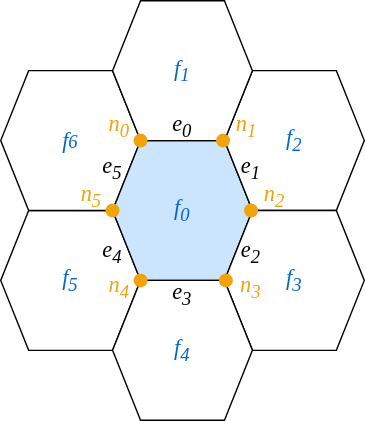
Above: docs/_static/mesh_diagram.svg in MintonGroup/cratermaker (draw.io), before the change. Source tidied: cells renumbered, new cells last; positions are measured from the earlier drawing's top-left corner, leaving out a move shared by most shapes.
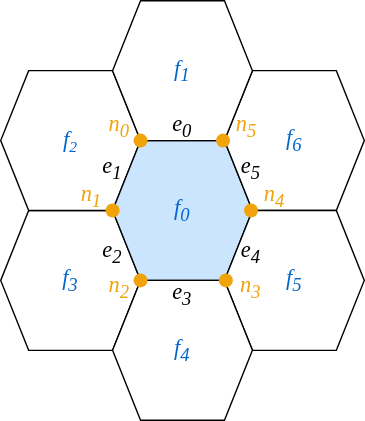
After the commit.

Commit message:
Added more diagrams for everything

Change to the diagram source:
```diff
@@ -2,19 +2,19 @@
   <root>
     <mxCell id="0" />
     <mxCell id="1" parent="0" />
-    <mxCell id="2" value="&lt;i style=&quot;color: rgb(0, 102, 204); font-family: &amp;quot;Lucida Console&amp;quot;; font-size: 16px;&quot;&gt;f&lt;sub&gt;5&lt;/sub&gt;&lt;/i&gt;" style="shape=hexagon;perimeter=hexagonPerimeter2;whiteSpace=wrap;html=1;fixedSize=1;" parent="1" vertex="1">
+    <mxCell id="2" value="&lt;i style=&quot;color: rgb(0, 102, 204); font-family: &amp;quot;Lucida Console&amp;quot;; font-size: 16px;&quot;&gt;f&lt;sub&gt;3&lt;/sub&gt;&lt;/i&gt;" style="shape=hexagon;perimeter=hexagonPerimeter2;whiteSpace=wrap;html=1;fixedSize=1;" parent="1" vertex="1">
       <mxGeometry y="150" width="100" height="100" as="geometry" />
     </mxCell>
-    <mxCell id="3" value="&lt;i style=&quot;color: rgb(0, 102, 204); font-family: &amp;quot;Lucida Console&amp;quot;; font-size: 16px;&quot;&gt;f&lt;/i&gt;&lt;i style=&quot;color: rgb(0, 102, 204); font-family: &amp;quot;Lucida Console&amp;quot;; font-size: 13.3333px;&quot;&gt;6&lt;/i&gt;" style="shape=hexagon;perimeter=hexagonPerimeter2;whiteSpace=wrap;html=1;fixedSize=1;" parent="1" vertex="1">
+    <mxCell id="3" value="&lt;i style=&quot;color: rgb(0, 102, 204); font-family: &amp;quot;Lucida Console&amp;quot;; font-size: 16px;&quot;&gt;f&lt;/i&gt;&lt;i style=&quot;color: rgb(0, 102, 204); font-family: &amp;quot;Lucida Console&amp;quot;; font-size: 13.3333px;&quot;&gt;&lt;sub&gt;2&lt;/sub&gt;&lt;/i&gt;" style="shape=hexagon;perimeter=hexagonPerimeter2;whiteSpace=wrap;html=1;fixedSize=1;" parent="1" vertex="1">
       <mxGeometry y="50" width="100" height="100" as="geometry" />
     </mxCell>
     <mxCell id="4" value="&lt;font face=&quot;Lucida Console&quot; style=&quot;color: rgb(0, 102, 204); font-size: 16px;&quot;&gt;&lt;i style=&quot;&quot;&gt;f&lt;sub style=&quot;&quot;&gt;0&lt;/sub&gt;&lt;/i&gt;&lt;/font&gt;" style="shape=hexagon;perimeter=hexagonPerimeter2;whiteSpace=wrap;html=1;fixedSize=1;fillColor=#CCE5FF;" parent="1" vertex="1">
       <mxGeometry x="80" y="100" width="100" height="100" as="geometry" />
     </mxCell>
-    <mxCell id="5" value="&lt;i style=&quot;color: rgb(0, 102, 204); font-family: &amp;quot;Lucida Console&amp;quot;; font-size: 16px;&quot;&gt;f&lt;sub&gt;2&lt;/sub&gt;&lt;/i&gt;" style="shape=hexagon;perimeter=hexagonPerimeter2;whiteSpace=wrap;html=1;fixedSize=1;" parent="1" vertex="1">
+    <mxCell id="5" value="&lt;i style=&quot;color: rgb(0, 102, 204); font-family: &amp;quot;Lucida Console&amp;quot;; font-size: 16px;&quot;&gt;f&lt;sub&gt;6&lt;/sub&gt;&lt;/i&gt;" style="shape=hexagon;perimeter=hexagonPerimeter2;whiteSpace=wrap;html=1;fixedSize=1;" parent="1" vertex="1">
       <mxGeometry x="160" y="50" width="100" height="100" as="geometry" />
     </mxCell>
-    <mxCell id="6" value="&lt;i style=&quot;color: rgb(0, 102, 204); font-family: &amp;quot;Lucida Console&amp;quot;; font-size: 16px;&quot;&gt;f&lt;sub&gt;3&lt;/sub&gt;&lt;/i&gt;" style="shape=hexagon;perimeter=hexagonPerimeter2;whiteSpace=wrap;html=1;fixedSize=1;" parent="1" vertex="1">
+    <mxCell id="6" value="&lt;i style=&quot;color: rgb(0, 102, 204); font-family: &amp;quot;Lucida Console&amp;quot;; font-size: 16px;&quot;&gt;f&lt;sub&gt;5&lt;/sub&gt;&lt;/i&gt;" style="shape=hexagon;perimeter=hexagonPerimeter2;whiteSpace=wrap;html=1;fixedSize=1;" parent="1" vertex="1">
       <mxGeometry x="160" y="150" width="100" height="100" as="geometry" />
     </mxCell>
     <mxCell id="7" value="&lt;i style=&quot;color: rgb(0, 102, 204); font-family: &amp;quot;Lucida Console&amp;quot;; font-size: 16px;&quot;&gt;f&lt;sub&gt;4&lt;/sub&gt;&lt;/i&gt;" style="shape=hexagon;perimeter=hexagonPerimeter2;whiteSpace=wrap;html=1;fixedSize=1;" parent="1" vertex="1">
@@ -44,37 +44,37 @@
     <mxCell id="15" value="&lt;i style=&quot;forced-color-adjust: none; font-family: &amp;quot;Lucida Console&amp;quot;; font-size: 16px; font-variant-ligatures: normal; font-variant-caps: normal; font-weight: 400; letter-spacing: normal; orphans: 2; text-indent: 0px; text-transform: none; widows: 2; word-spacing: 0px; -webkit-text-stroke-width: 0px; white-space: normal; text-decoration-thickness: initial; text-decoration-style: initial; text-decoration-color: initial;&quot;&gt;&lt;font style=&quot;color: rgb(240, 163, 10);&quot;&gt;n&lt;sub style=&quot;forced-color-adjust: none;&quot;&gt;0&lt;/sub&gt;&lt;/font&gt;&lt;/i&gt;" style="text;whiteSpace=wrap;html=1;align=center;verticalAlign=middle;" parent="1" vertex="1">
       <mxGeometry x="75" y="80" width="20" height="20" as="geometry" />
     </mxCell>
-    <mxCell id="16" value="&lt;i style=&quot;forced-color-adjust: none; font-family: &amp;quot;Lucida Console&amp;quot;; font-variant-ligatures: normal; font-variant-caps: normal; font-weight: 400; letter-spacing: normal; orphans: 2; text-indent: 0px; text-transform: none; widows: 2; word-spacing: 0px; -webkit-text-stroke-width: 0px; white-space: normal; text-decoration-thickness: initial; text-decoration-style: initial; text-decoration-color: initial; font-size: 16px;&quot;&gt;&lt;font style=&quot;color: rgb(240, 163, 10);&quot;&gt;n&lt;sub style=&quot;forced-color-adjust: none;&quot;&gt;1&lt;/sub&gt;&lt;/font&gt;&lt;/i&gt;" style="text;whiteSpace=wrap;html=1;align=center;verticalAlign=middle;" parent="1" vertex="1">
+    <mxCell id="16" value="&lt;i style=&quot;forced-color-adjust: none; font-family: &amp;quot;Lucida Console&amp;quot;; font-variant-ligatures: normal; font-variant-caps: normal; font-weight: 400; letter-spacing: normal; orphans: 2; text-indent: 0px; text-transform: none; widows: 2; word-spacing: 0px; -webkit-text-stroke-width: 0px; white-space: normal; text-decoration-thickness: initial; text-decoration-style: initial; text-decoration-color: initial; font-size: 16px;&quot;&gt;&lt;font style=&quot;color: rgb(240, 163, 10);&quot;&gt;n&lt;sub style=&quot;forced-color-adjust: none;&quot;&gt;5&lt;/sub&gt;&lt;/font&gt;&lt;/i&gt;" style="text;whiteSpace=wrap;html=1;align=center;verticalAlign=middle;" parent="1" vertex="1">
       <mxGeometry x="166" y="80" width="20" height="20" as="geometry" />
     </mxCell>
-    <mxCell id="17" value="&lt;i style=&quot;forced-color-adjust: none; font-family: &amp;quot;Lucida Console&amp;quot;; font-variant-ligatures: normal; font-variant-caps: normal; font-weight: 400; letter-spacing: normal; orphans: 2; text-indent: 0px; text-transform: none; widows: 2; word-spacing: 0px; -webkit-text-stroke-width: 0px; white-space: normal; text-decoration-thickness: initial; text-decoration-style: initial; text-decoration-color: initial; font-size: 16px;&quot;&gt;&lt;font style=&quot;color: rgb(240, 163, 10);&quot;&gt;n&lt;sub style=&quot;forced-color-adjust: none;&quot;&gt;2&lt;/sub&gt;&lt;/font&gt;&lt;/i&gt;" style="text;whiteSpace=wrap;html=1;align=center;verticalAlign=middle;" parent="1" vertex="1">
+    <mxCell id="17" value="&lt;i style=&quot;forced-color-adjust: none; font-family: &amp;quot;Lucida Console&amp;quot;; font-variant-ligatures: normal; font-variant-caps: normal; font-weight: 400; letter-spacing: normal; orphans: 2; text-indent: 0px; text-transform: none; widows: 2; word-spacing: 0px; -webkit-text-stroke-width: 0px; white-space: normal; text-decoration-thickness: initial; text-decoration-style: initial; text-decoration-color: initial; font-size: 16px;&quot;&gt;&lt;font style=&quot;color: rgb(240, 163, 10);&quot;&gt;n&lt;sub style=&quot;forced-color-adjust: none;&quot;&gt;4&lt;/sub&gt;&lt;/font&gt;&lt;/i&gt;" style="text;whiteSpace=wrap;html=1;align=center;verticalAlign=middle;" parent="1" vertex="1">
       <mxGeometry x="186" y="130" width="20" height="20" as="geometry" />
     </mxCell>
     <mxCell id="18" value="&lt;i style=&quot;forced-color-adjust: none; font-family: &amp;quot;Lucida Console&amp;quot;; font-variant-ligatures: normal; font-variant-caps: normal; font-weight: 400; letter-spacing: normal; orphans: 2; text-indent: 0px; text-transform: none; widows: 2; word-spacing: 0px; -webkit-text-stroke-width: 0px; white-space: normal; text-decoration-thickness: initial; text-decoration-style: initial; text-decoration-color: initial; font-size: 16px;&quot;&gt;&lt;font style=&quot;color: rgb(240, 163, 10);&quot;&gt;n&lt;sub style=&quot;forced-color-adjust: none;&quot;&gt;3&lt;/sub&gt;&lt;/font&gt;&lt;/i&gt;" style="text;whiteSpace=wrap;html=1;align=center;verticalAlign=middle;" parent="1" vertex="1">
       <mxGeometry x="169" y="195" width="20" height="20" as="geometry" />
     </mxCell>
-    <mxCell id="19" value="&lt;i style=&quot;forced-color-adjust: none; font-family: &amp;quot;Lucida Console&amp;quot;; font-variant-ligatures: normal; font-variant-caps: normal; font-weight: 400; letter-spacing: normal; orphans: 2; text-indent: 0px; text-transform: none; widows: 2; word-spacing: 0px; -webkit-text-stroke-width: 0px; white-space: normal; text-decoration-thickness: initial; text-decoration-style: initial; text-decoration-color: initial; font-size: 16px;&quot;&gt;&lt;font style=&quot;color: rgb(240, 163, 10);&quot;&gt;n&lt;sub style=&quot;forced-color-adjust: none;&quot;&gt;4&lt;/sub&gt;&lt;/font&gt;&lt;/i&gt;" style="text;whiteSpace=wrap;html=1;align=center;verticalAlign=middle;" parent="1" vertex="1">
+    <mxCell id="19" value="&lt;i style=&quot;forced-color-adjust: none; font-family: &amp;quot;Lucida Console&amp;quot;; font-variant-ligatures: normal; font-variant-caps: normal; font-weight: 400; letter-spacing: normal; orphans: 2; text-indent: 0px; text-transform: none; widows: 2; word-spacing: 0px; -webkit-text-stroke-width: 0px; white-space: normal; text-decoration-thickness: initial; text-decoration-style: initial; text-decoration-color: initial; font-size: 16px;&quot;&gt;&lt;font style=&quot;color: rgb(240, 163, 10);&quot;&gt;n&lt;sub style=&quot;forced-color-adjust: none;&quot;&gt;2&lt;/sub&gt;&lt;/font&gt;&lt;/i&gt;" style="text;whiteSpace=wrap;html=1;align=center;verticalAlign=middle;" parent="1" vertex="1">
       <mxGeometry x="75" y="195" width="20" height="20" as="geometry" />
     </mxCell>
-    <mxCell id="20" value="&lt;i style=&quot;forced-color-adjust: none; font-family: &amp;quot;Lucida Console&amp;quot;; font-variant-ligatures: normal; font-variant-caps: normal; font-weight: 400; letter-spacing: normal; orphans: 2; text-indent: 0px; text-transform: none; widows: 2; word-spacing: 0px; -webkit-text-stroke-width: 0px; white-space: normal; text-decoration-thickness: initial; text-decoration-style: initial; text-decoration-color: initial; font-size: 16px;&quot;&gt;&lt;font style=&quot;color: rgb(240, 163, 10);&quot;&gt;n&lt;sub style=&quot;forced-color-adjust: none;&quot;&gt;5&lt;/sub&gt;&lt;/font&gt;&lt;/i&gt;" style="text;whiteSpace=wrap;html=1;align=center;verticalAlign=middle;" parent="1" vertex="1">
+    <mxCell id="20" value="&lt;i style=&quot;forced-color-adjust: none; font-family: &amp;quot;Lucida Console&amp;quot;; font-variant-ligatures: normal; font-variant-caps: normal; font-weight: 400; letter-spacing: normal; orphans: 2; text-indent: 0px; text-transform: none; widows: 2; word-spacing: 0px; -webkit-text-stroke-width: 0px; white-space: normal; text-decoration-thickness: initial; text-decoration-style: initial; text-decoration-color: initial; font-size: 16px;&quot;&gt;&lt;font style=&quot;color: rgb(240, 163, 10);&quot;&gt;n&lt;sub style=&quot;forced-color-adjust: none;&quot;&gt;1&lt;/sub&gt;&lt;/font&gt;&lt;/i&gt;" style="text;whiteSpace=wrap;html=1;align=center;verticalAlign=middle;" parent="1" vertex="1">
       <mxGeometry x="55" y="130" width="20" height="20" as="geometry" />
     </mxCell>
     <mxCell id="21" value="&lt;i style=&quot;forced-color-adjust: none; font-family: &amp;quot;Lucida Console&amp;quot;; font-variant-ligatures: normal; font-variant-caps: normal; font-weight: 400; letter-spacing: normal; orphans: 2; text-indent: 0px; text-transform: none; widows: 2; word-spacing: 0px; -webkit-text-stroke-width: 0px; white-space: normal; text-decoration-thickness: initial; text-decoration-style: initial; text-decoration-color: initial; font-size: 16px;&quot;&gt;&lt;font style=&quot;color: rgb(0, 0, 0);&quot;&gt;e&lt;sub style=&quot;forced-color-adjust: none;&quot;&gt;0&lt;/sub&gt;&lt;/font&gt;&lt;/i&gt;" style="text;whiteSpace=wrap;html=1;align=center;verticalAlign=middle;" parent="1" vertex="1">
       <mxGeometry x="120" y="80" width="20" height="20" as="geometry" />
     </mxCell>
-    <mxCell id="22" value="&lt;i style=&quot;forced-color-adjust: none; font-family: &amp;quot;Lucida Console&amp;quot;; font-variant-ligatures: normal; font-variant-caps: normal; font-weight: 400; letter-spacing: normal; orphans: 2; text-indent: 0px; text-transform: none; widows: 2; word-spacing: 0px; -webkit-text-stroke-width: 0px; white-space: normal; text-decoration-thickness: initial; text-decoration-style: initial; text-decoration-color: initial; font-size: 16px;&quot;&gt;&lt;font style=&quot;color: rgb(0, 0, 0);&quot;&gt;e&lt;sub style=&quot;forced-color-adjust: none;&quot;&gt;1&lt;/sub&gt;&lt;/font&gt;&lt;/i&gt;" style="text;whiteSpace=wrap;html=1;align=center;verticalAlign=middle;" parent="1" vertex="1">
+    <mxCell id="22" value="&lt;i style=&quot;forced-color-adjust: none; font-family: &amp;quot;Lucida Console&amp;quot;; font-variant-ligatures: normal; font-variant-caps: normal; font-weight: 400; letter-spacing: normal; orphans: 2; text-indent: 0px; text-transform: none; widows: 2; word-spacing: 0px; -webkit-text-stroke-width: 0px; white-space: normal; text-decoration-thickness: initial; text-decoration-style: initial; text-decoration-color: initial; font-size: 16px;&quot;&gt;&lt;font style=&quot;color: rgb(0, 0, 0);&quot;&gt;e&lt;sub style=&quot;forced-color-adjust: none;&quot;&gt;5&lt;/sub&gt;&lt;/font&gt;&lt;/i&gt;" style="text;whiteSpace=wrap;html=1;align=center;verticalAlign=middle;" parent="1" vertex="1">
       <mxGeometry x="169" y="110" width="20" height="20" as="geometry" />
     </mxCell>
-    <mxCell id="23" value="&lt;i style=&quot;forced-color-adjust: none; font-family: &amp;quot;Lucida Console&amp;quot;; font-variant-ligatures: normal; font-variant-caps: normal; font-weight: 400; letter-spacing: normal; orphans: 2; text-indent: 0px; text-transform: none; widows: 2; word-spacing: 0px; -webkit-text-stroke-width: 0px; white-space: normal; text-decoration-thickness: initial; text-decoration-style: initial; text-decoration-color: initial; font-size: 16px;&quot;&gt;&lt;font style=&quot;color: rgb(0, 0, 0);&quot;&gt;e&lt;sub style=&quot;forced-color-adjust: none;&quot;&gt;2&lt;/sub&gt;&lt;/font&gt;&lt;/i&gt;" style="text;whiteSpace=wrap;html=1;align=center;verticalAlign=middle;" parent="1" vertex="1">
+    <mxCell id="23" value="&lt;i style=&quot;forced-color-adjust: none; font-family: &amp;quot;Lucida Console&amp;quot;; font-variant-ligatures: normal; font-variant-caps: normal; font-weight: 400; letter-spacing: normal; orphans: 2; text-indent: 0px; text-transform: none; widows: 2; word-spacing: 0px; -webkit-text-stroke-width: 0px; white-space: normal; text-decoration-thickness: initial; text-decoration-style: initial; text-decoration-color: initial; font-size: 16px;&quot;&gt;&lt;font style=&quot;color: rgb(0, 0, 0);&quot;&gt;e&lt;sub style=&quot;forced-color-adjust: none;&quot;&gt;4&lt;/sub&gt;&lt;/font&gt;&lt;/i&gt;" style="text;whiteSpace=wrap;html=1;align=center;verticalAlign=middle;" parent="1" vertex="1">
       <mxGeometry x="169" y="170" width="20" height="20" as="geometry" />
     </mxCell>
     <mxCell id="24" value="&lt;i style=&quot;forced-color-adjust: none; font-family: &amp;quot;Lucida Console&amp;quot;; font-variant-ligatures: normal; font-variant-caps: normal; font-weight: 400; letter-spacing: normal; orphans: 2; text-indent: 0px; text-transform: none; widows: 2; word-spacing: 0px; -webkit-text-stroke-width: 0px; white-space: normal; text-decoration-thickness: initial; text-decoration-style: initial; text-decoration-color: initial; font-size: 16px;&quot;&gt;&lt;font style=&quot;color: rgb(0, 0, 0);&quot;&gt;e&lt;sub style=&quot;forced-color-adjust: none;&quot;&gt;3&lt;/sub&gt;&lt;/font&gt;&lt;/i&gt;" style="text;whiteSpace=wrap;html=1;align=center;verticalAlign=middle;" parent="1" vertex="1">
       <mxGeometry x="120" y="200" width="20" height="20" as="geometry" />
     </mxCell>
-    <mxCell id="25" value="&lt;i style=&quot;forced-color-adjust: none; font-family: &amp;quot;Lucida Console&amp;quot;; font-variant-ligatures: normal; font-variant-caps: normal; font-weight: 400; letter-spacing: normal; orphans: 2; text-indent: 0px; text-transform: none; widows: 2; word-spacing: 0px; -webkit-text-stroke-width: 0px; white-space: normal; text-decoration-thickness: initial; text-decoration-style: initial; text-decoration-color: initial; font-size: 16px;&quot;&gt;&lt;font style=&quot;color: rgb(0, 0, 0);&quot;&gt;e&lt;sub style=&quot;forced-color-adjust: none;&quot;&gt;4&lt;/sub&gt;&lt;/font&gt;&lt;/i&gt;" style="text;whiteSpace=wrap;html=1;align=center;verticalAlign=middle;" parent="1" vertex="1">
+    <mxCell id="25" value="&lt;i style=&quot;forced-color-adjust: none; font-family: &amp;quot;Lucida Console&amp;quot;; font-variant-ligatures: normal; font-variant-caps: normal; font-weight: 400; letter-spacing: normal; orphans: 2; text-indent: 0px; text-transform: none; widows: 2; word-spacing: 0px; -webkit-text-stroke-width: 0px; white-space: normal; text-decoration-thickness: initial; text-decoration-style: initial; text-decoration-color: initial; font-size: 16px;&quot;&gt;&lt;font style=&quot;color: rgb(0, 0, 0);&quot;&gt;e&lt;sub style=&quot;forced-color-adjust: none;&quot;&gt;2&lt;/sub&gt;&lt;/font&gt;&lt;/i&gt;" style="text;whiteSpace=wrap;html=1;align=center;verticalAlign=middle;" parent="1" vertex="1">
       <mxGeometry x="70" y="170" width="20" height="20" as="geometry" />
     </mxCell>
-    <mxCell id="26" value="&lt;i style=&quot;forced-color-adjust: none; font-family: &amp;quot;Lucida Console&amp;quot;; font-variant-ligatures: normal; font-variant-caps: normal; font-weight: 400; letter-spacing: normal; orphans: 2; text-indent: 0px; text-transform: none; widows: 2; word-spacing: 0px; -webkit-text-stroke-width: 0px; white-space: normal; text-decoration-thickness: initial; text-decoration-style: initial; text-decoration-color: initial; font-size: 16px;&quot;&gt;&lt;font style=&quot;color: rgb(0, 0, 0);&quot;&gt;e&lt;sub style=&quot;forced-color-adjust: none;&quot;&gt;5&lt;/sub&gt;&lt;/font&gt;&lt;/i&gt;" style="text;whiteSpace=wrap;html=1;align=center;verticalAlign=middle;" parent="1" vertex="1">
+    <mxCell id="26" value="&lt;i style=&quot;forced-color-adjust: none; font-family: &amp;quot;Lucida Console&amp;quot;; font-variant-ligatures: normal; font-variant-caps: normal; font-weight: 400; letter-spacing: normal; orphans: 2; text-indent: 0px; text-transform: none; widows: 2; word-spacing: 0px; -webkit-text-stroke-width: 0px; white-space: normal; text-decoration-thickness: initial; text-decoration-style: initial; text-decoration-color: initial; font-size: 16px;&quot;&gt;&lt;font style=&quot;color: rgb(0, 0, 0);&quot;&gt;e&lt;sub style=&quot;forced-color-adjust: none;&quot;&gt;1&lt;/sub&gt;&lt;/font&gt;&lt;/i&gt;" style="text;whiteSpace=wrap;html=1;align=center;verticalAlign=middle;" parent="1" vertex="1">
       <mxGeometry x="70" y="110" width="20" height="20" as="geometry" />
     </mxCell>
   </root>
```
